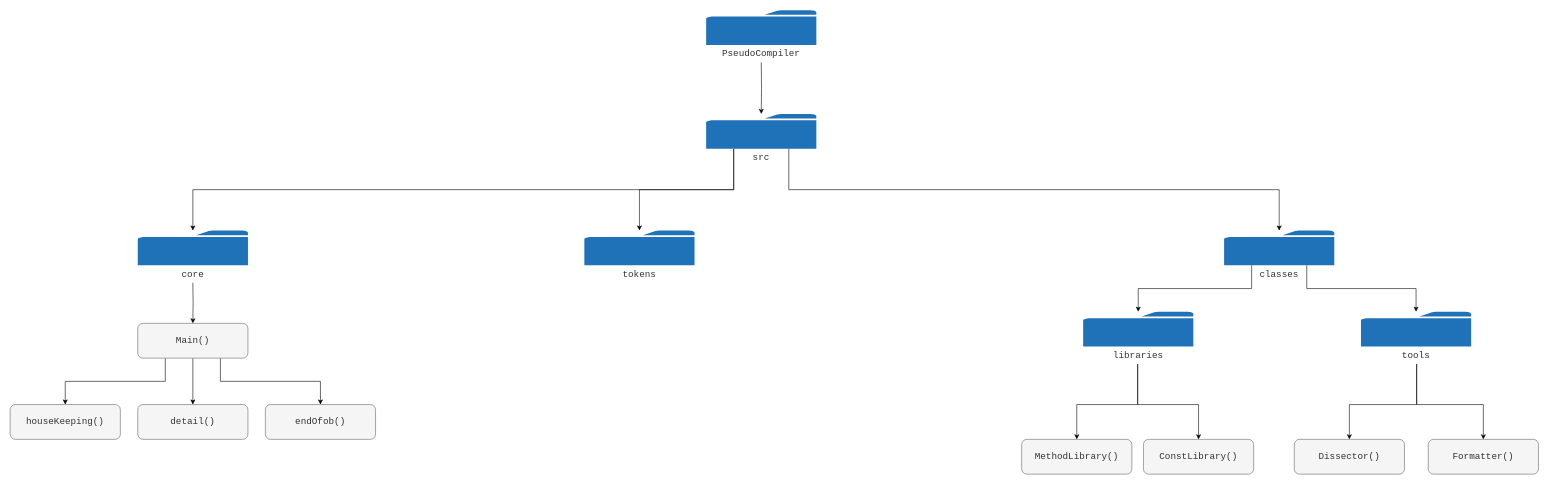
The draw.io diagram HierarchyChart.drawio in BroerSakki/PseudoCompiler, before the edit. Source tidied: cells renumbered, new cells numbered last; positions are measured from the earlier drawing's top-left corner, leaving out a move shared by most shapes. Both pictures are drawn from the tidied source at 58%, with x=0, y=0 at pixel (10, 10).
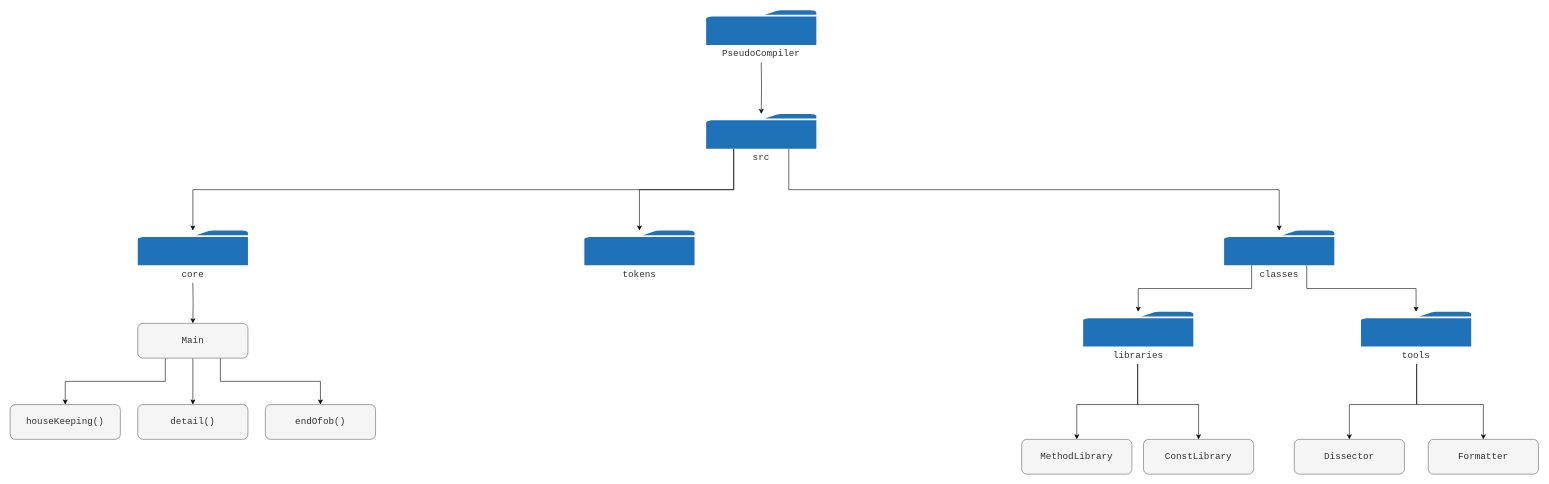
The same diagram, later.

The edit, as a diff of the source:
```diff
@@
-    <mxCell id="10" value="Main()" style="rounded=1;whiteSpace=wrap;html=1;fillColor=#f5f5f5;fontColor=#333333;strokeColor=#666666;fontSize=16;fontFamily=Courier New;" parent="1" vertex="1">
+    <mxCell id="10" value="Main" style="rounded=1;whiteSpace=wrap;html=1;fillColor=#f5f5f5;fontColor=#333333;strokeColor=#666666;fontSize=16;fontFamily=Courier New;" parent="1" vertex="1">
       <mxGeometry x="220" y="540" width="190" height="60" as="geometry" />
     </mxCell>
-    <mxCell id="11" value="MethodLibrary()" style="rounded=1;whiteSpace=wrap;html=1;fillColor=#f5f5f5;fontColor=#333333;strokeColor=#666666;fontSize=16;fontFamily=Courier New;" parent="1" vertex="1">
+    <mxCell id="11" value="MethodLibrary" style="rounded=1;whiteSpace=wrap;html=1;fillColor=#f5f5f5;fontColor=#333333;strokeColor=#666666;fontSize=16;fontFamily=Courier New;" parent="1" vertex="1">
       <mxGeometry x="1744" y="740" width="190" height="60" as="geometry" />
     </mxCell>
-    <mxCell id="12" value="ConstLibrary()" style="rounded=1;whiteSpace=wrap;html=1;fillColor=#f5f5f5;fontColor=#333333;strokeColor=#666666;fontSize=16;fontFamily=Courier New;" parent="1" vertex="1">
+    <mxCell id="12" value="ConstLibrary" style="rounded=1;whiteSpace=wrap;html=1;fillColor=#f5f5f5;fontColor=#333333;strokeColor=#666666;fontSize=16;fontFamily=Courier New;" parent="1" vertex="1">
       <mxGeometry x="1954" y="740" width="190" height="60" as="geometry" />
     </mxCell>
@@
-    <mxCell id="21" value="Formatter()" style="rounded=1;whiteSpace=wrap;html=1;fillColor=#f5f5f5;fontColor=#333333;strokeColor=#666666;fontSize=16;fontFamily=Courier New;" parent="1" vertex="1">
+    <mxCell id="21" value="Formatter" style="rounded=1;whiteSpace=wrap;html=1;fillColor=#f5f5f5;fontColor=#333333;strokeColor=#666666;fontSize=16;fontFamily=Courier New;" parent="1" vertex="1">
       <mxGeometry x="2445" y="740" width="190" height="60" as="geometry" />
     </mxCell>
@@
-    <mxCell id="25" value="Dissector()" style="rounded=1;whiteSpace=wrap;html=1;fillColor=#f5f5f5;fontColor=#333333;strokeColor=#666666;fontSize=16;fontFamily=Courier New;" parent="1" vertex="1">
+    <mxCell id="25" value="Dissector" style="rounded=1;whiteSpace=wrap;html=1;fillColor=#f5f5f5;fontColor=#333333;strokeColor=#666666;fontSize=16;fontFamily=Courier New;" parent="1" vertex="1">
       <mxGeometry x="2214" y="740" width="190" height="60" as="geometry" />
     </mxCell>
```
